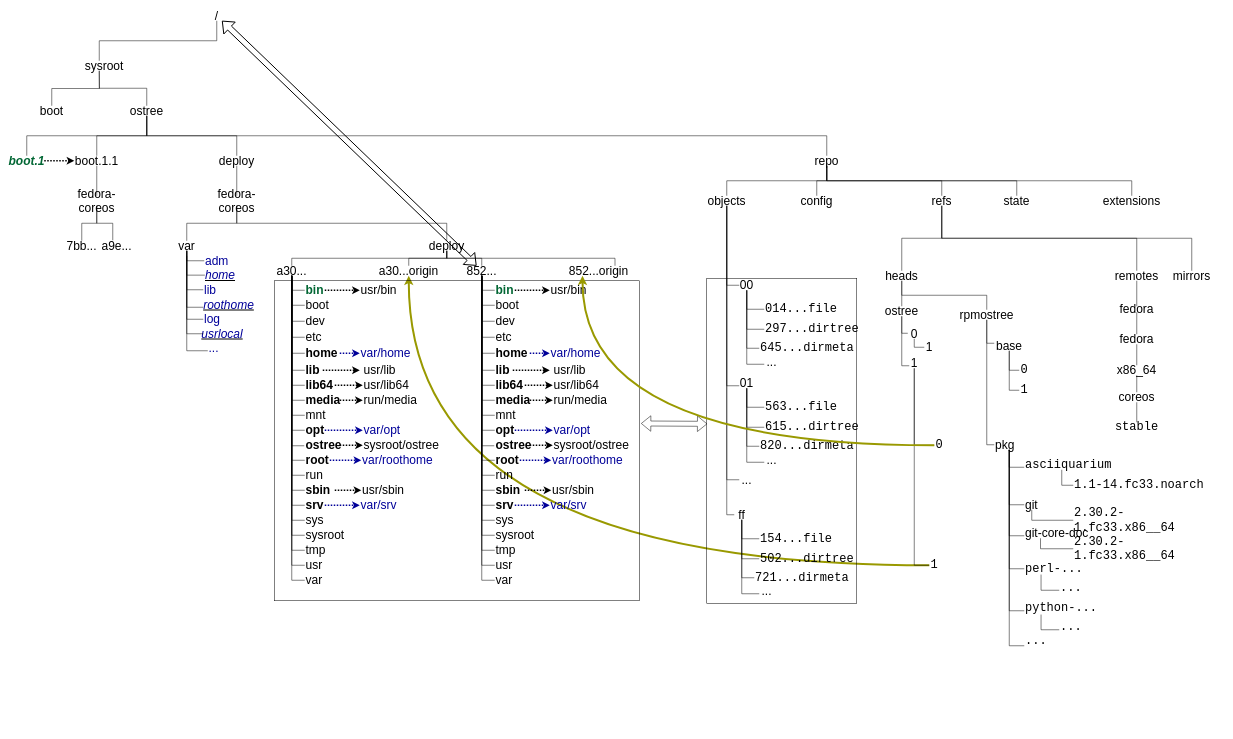
Earlier version of the draw.io diagram Images/rootTree.drawio (kafnevod/ALT-CoreOs). Source tidied: cells renumbered, new cells numbered last; positions are measured from the earlier drawing's top-left corner, leaving out a move shared by most shapes. Both pictures are drawn from the tidied source at 50%, with x=0, y=0 at pixel (9, 10).
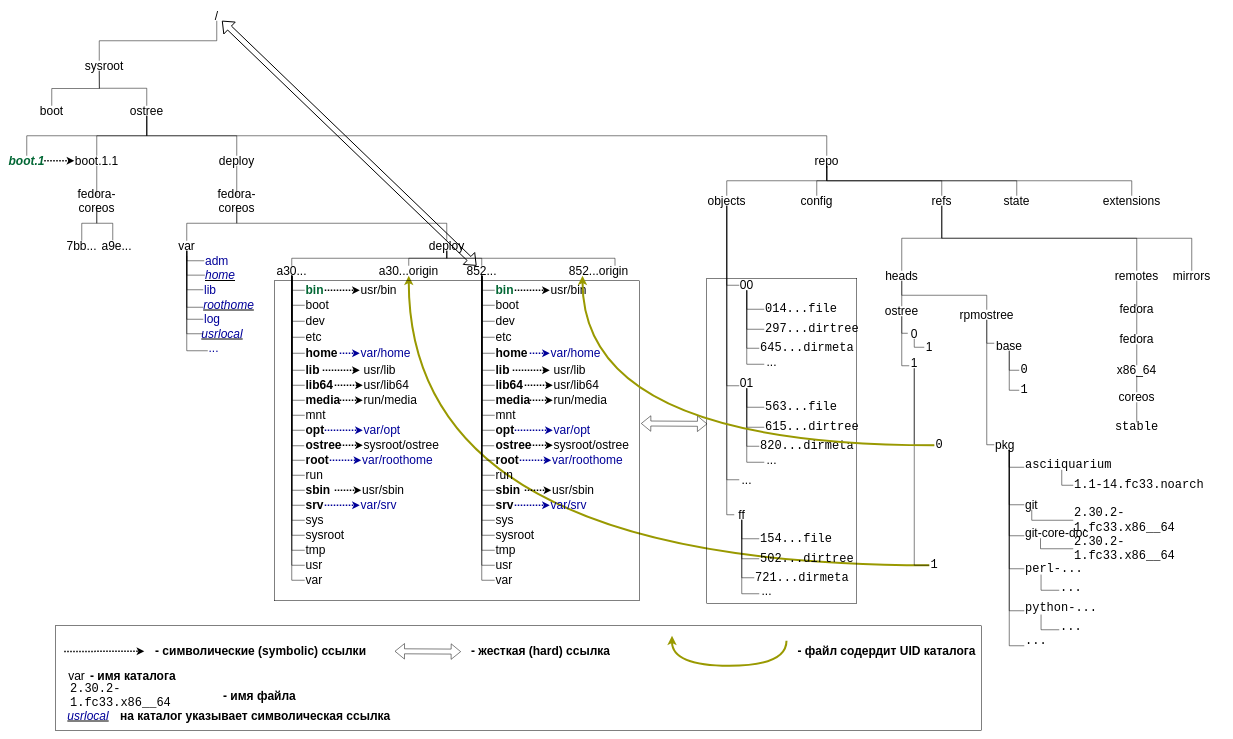
After the change.

Change to the diagram source:
```diff
@@
+    <mxCell id="281" style="endArrow=classic;html=1;shadow=0;dashed=1;dashPattern=1 1;strokeWidth=3;" parent="1" edge="1">
+      <mxGeometry relative="1" as="geometry">
+        <mxPoint x="110" y="1281.4" as="sourcePoint" />
+        <mxPoint x="270" y="1281" as="targetPoint" />
+      </mxGeometry>
+    </mxCell>
+    <mxCell id="282" style="shape=flexArrow;endArrow=classic;startArrow=classic;html=1;shadow=0;strokeColor=#000000;strokeWidth=1;entryX=0.003;entryY=0.448;entryDx=0;entryDy=0;entryPerimeter=0;exitX=1.005;exitY=0.446;exitDx=0;exitDy=0;exitPerimeter=0;" parent="1" edge="1">
+      <mxGeometry relative="1" as="geometry">
+        <mxPoint x="771" y="1281" as="sourcePoint" />
+        <mxPoint x="903.3" y="1281.8" as="targetPoint" />
+      </mxGeometry>
+    </mxCell>
+    <mxCell id="283" style="endArrow=classic;html=1;shadow=0;strokeWidth=4;edgeStyle=orthogonalEdgeStyle;elbow=vertical;curved=1;strokeColor=#999900;" parent="1" edge="1">
+      <mxGeometry relative="1" as="geometry">
+        <mxPoint x="1554.5" y="1260" as="sourcePoint" />
+        <mxPoint x="1325.5" y="1250" as="targetPoint" />
+        <Array as="points">
+          <mxPoint x="1554.5" y="1310" />
+          <mxPoint x="1325.5" y="1310" />
+        </Array>
+      </mxGeometry>
+    </mxCell>
+    <mxCell id="284" value="&lt;font style=&quot;font-size: 24px&quot;&gt;&lt;b&gt;- символические (symbolic) ссылки&lt;/b&gt;&lt;/font&gt;" style="text;html=1;strokeColor=none;fillColor=none;align=left;verticalAlign=middle;whiteSpace=wrap;rounded=0;" parent="1" vertex="1">
+      <mxGeometry x="290" y="1270" width="430" height="20" as="geometry" />
+    </mxCell>
+    <mxCell id="285" value="&lt;font style=&quot;font-size: 24px&quot;&gt;&lt;b&gt;- жесткая (hard) ссылка&lt;/b&gt;&lt;/font&gt;" style="text;html=1;strokeColor=none;fillColor=none;align=left;verticalAlign=middle;whiteSpace=wrap;rounded=0;" parent="1" vertex="1">
+      <mxGeometry x="922" y="1270" width="299" height="20" as="geometry" />
+    </mxCell>
+    <mxCell id="286" value="&lt;font style=&quot;font-size: 24px&quot;&gt;&lt;b&gt;- файл содердит UID каталога&lt;/b&gt;&lt;/font&gt;" style="text;html=1;strokeColor=none;fillColor=none;align=left;verticalAlign=middle;whiteSpace=wrap;rounded=0;" parent="1" vertex="1">
+      <mxGeometry x="1574.5" y="1270" width="370" height="20" as="geometry" />
+    </mxCell>
+    <mxCell id="287" value="&lt;font style=&quot;font-size: 24px&quot;&gt;var&lt;/font&gt;" style="text;html=1;strokeColor=none;fillColor=none;align=center;verticalAlign=middle;whiteSpace=wrap;rounded=0;" parent="1" vertex="1">
+      <mxGeometry x="120" y="1320" width="30" height="20" as="geometry" />
+    </mxCell>
+    <mxCell id="288" value="&lt;font style=&quot;font-size: 24px&quot;&gt;&lt;b&gt;- имя каталога&lt;/b&gt;&lt;/font&gt;" style="text;html=1;strokeColor=none;fillColor=none;align=left;verticalAlign=middle;whiteSpace=wrap;rounded=0;" parent="1" vertex="1">
+      <mxGeometry x="160" y="1320" width="210" height="20" as="geometry" />
+    </mxCell>
+    <mxCell id="289" value="&lt;span style=&quot;background-color: rgb(255 , 255 , 255)&quot;&gt;&lt;font face=&quot;Courier New&quot; style=&quot;font-size: 24px&quot;&gt;2.30.2-1.fc33.x86__64&lt;/font&gt;&lt;/span&gt;" style="text;html=1;strokeColor=none;fillColor=none;align=left;verticalAlign=middle;whiteSpace=wrap;rounded=0;" parent="1" vertex="1">
+      <mxGeometry x="120" y="1360" width="302" height="20" as="geometry" />
+    </mxCell>
+    <mxCell id="290" value="&lt;font style=&quot;font-size: 24px&quot;&gt;&lt;b&gt;- имя файла&lt;/b&gt;&lt;/font&gt;" style="text;html=1;strokeColor=none;fillColor=none;align=left;verticalAlign=middle;whiteSpace=wrap;rounded=0;" parent="1" vertex="1">
+      <mxGeometry x="426" y="1360" width="210" height="20" as="geometry" />
+    </mxCell>
+    <mxCell id="291" value="&lt;span style=&quot;font-size: 24px&quot;&gt;&lt;u&gt;&lt;i&gt;&lt;font color=&quot;#000099&quot;&gt;usrlocal&lt;/font&gt;&lt;/i&gt;&lt;/u&gt;&lt;/span&gt;" style="text;html=1;strokeColor=none;fillColor=none;align=center;verticalAlign=middle;whiteSpace=wrap;rounded=0;" parent="1" vertex="1">
+      <mxGeometry x="120" y="1400" width="76" height="20" as="geometry" />
+    </mxCell>
+    <mxCell id="292" value="&lt;span style=&quot;font-size: 24px&quot;&gt;&lt;b&gt;на каталог указывает символическая ссылка&lt;/b&gt;&lt;/span&gt;" style="text;html=1;strokeColor=none;fillColor=none;align=left;verticalAlign=middle;whiteSpace=wrap;rounded=0;" parent="1" vertex="1">
+      <mxGeometry x="220" y="1400" width="630" height="20" as="geometry" />
+    </mxCell>
+    <mxCell id="293" style="rounded=0;whiteSpace=wrap;html=1;strokeWidth=1;fillColor=none;" parent="1" vertex="1">
+      <mxGeometry x="92.5" y="1230" width="1852" height="209" as="geometry" />
+    </mxCell>
```
